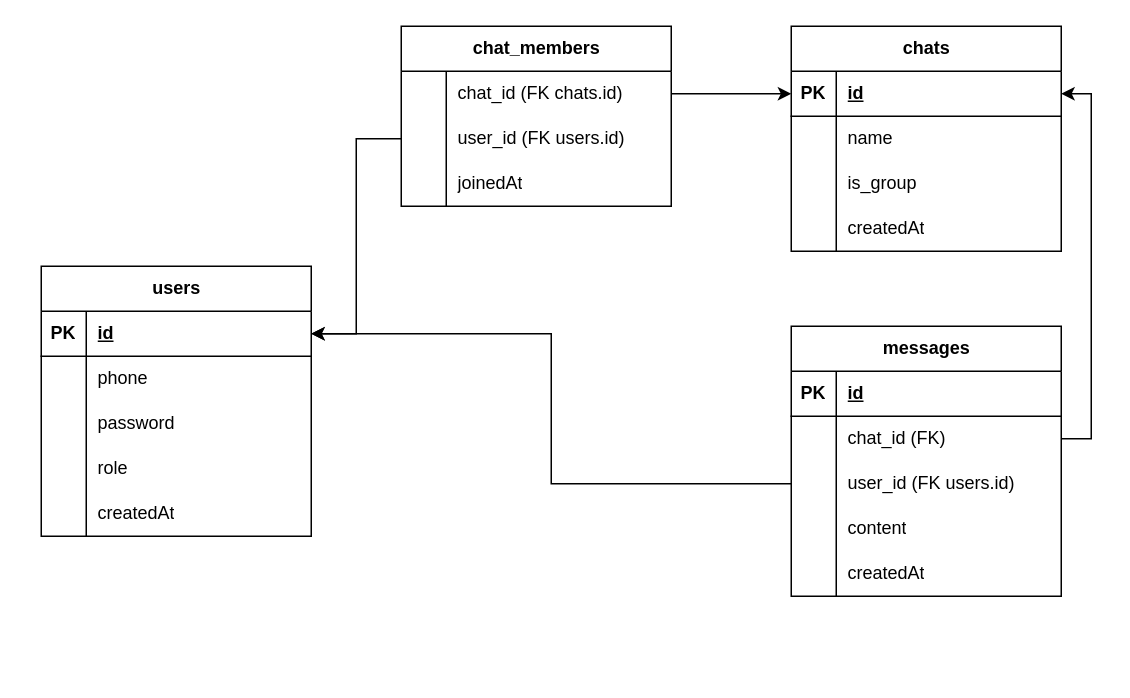
This is diagram.drawio from prok05/centriym-client, a draw.io file, before an edit. Source tidied: cells renumbered, new cells numbered last; positions are measured from the earlier drawing's top-left corner, leaving out a move shared by most shapes. Both pictures are drawn from the tidied source at 150%, with x=0, y=0 at pixel (40, 26).
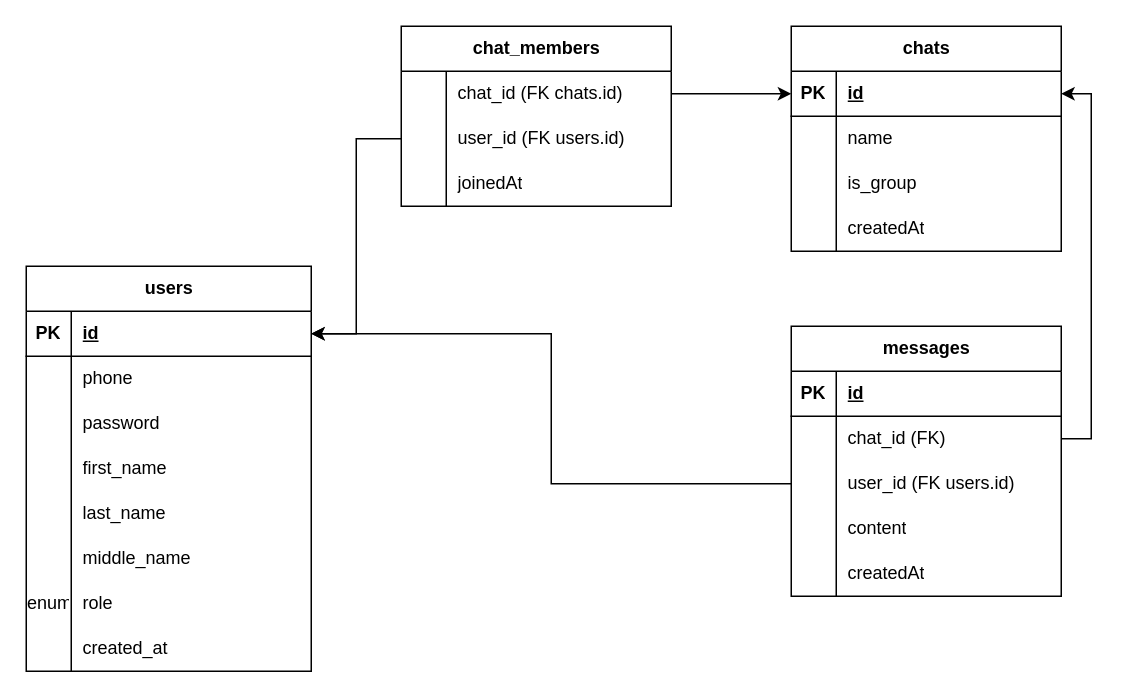
Above is the later version.

Change to the diagram source:
```diff
@@
     <mxCell id="2" value="users" style="shape=table;startSize=30;childLayout=tableLayout;rowLines=0;fontStyle=1;align=center;html=1;" parent="1" vertex="1">
-      <mxGeometry y="160" width="180" height="180" as="geometry" />
+      <mxGeometry x="-10" y="160" width="190" height="270" as="geometry" />
     </mxCell>
     <mxCell id="3" style="shape=tableRow;horizontal=0;startSize=0;swimlaneHead=0;swimlaneBody=0;fillColor=none;points=[[0,0.5],[1,0.5]];portConstraint=eastwest;top=0;left=0;right=0;bottom=1;" parent="2" vertex="1">
-      <mxGeometry y="30" width="180" height="30" as="geometry" />
+      <mxGeometry y="30" width="190" height="30" as="geometry" />
     </mxCell>
@@
     <mxCell id="5" value="id" style="shape=partialRectangle;fillColor=none;top=0;left=0;bottom=0;right=0;align=left;spacingLeft=6;fontStyle=5;overflow=hidden;whiteSpace=wrap;html=1;" parent="3" vertex="1">
-      <mxGeometry x="30" width="150" height="30" as="geometry" />
+      <mxGeometry x="30" width="160" height="30" as="geometry" />
     </mxCell>
     <mxCell id="6" style="shape=tableRow;horizontal=0;startSize=0;swimlaneHead=0;swimlaneBody=0;fillColor=none;top=0;left=0;right=0;bottom=0;" parent="2" vertex="1">
-      <mxGeometry y="60" width="180" height="30" as="geometry" />
+      <mxGeometry y="60" width="190" height="30" as="geometry" />
     </mxCell>
@@
     <mxCell id="8" value="phone" style="shape=partialRectangle;fillColor=none;top=0;left=0;bottom=0;right=0;align=left;spacingLeft=6;overflow=hidden;whiteSpace=wrap;html=1;" parent="6" vertex="1">
-      <mxGeometry x="30" width="150" height="30" as="geometry" />
+      <mxGeometry x="30" width="160" height="30" as="geometry" />
     </mxCell>
     <mxCell id="9" style="shape=tableRow;horizontal=0;startSize=0;swimlaneHead=0;swimlaneBody=0;fillColor=none;top=0;left=0;right=0;bottom=0;" parent="2" vertex="1">
-      <mxGeometry y="90" width="180" height="30" as="geometry" />
+      <mxGeometry y="90" width="190" height="30" as="geometry" />
     </mxCell>
@@
     <mxCell id="11" value="password" style="shape=partialRectangle;fillColor=none;top=0;left=0;bottom=0;right=0;align=left;spacingLeft=6;overflow=hidden;whiteSpace=wrap;html=1;" parent="9" vertex="1">
-      <mxGeometry x="30" width="150" height="30" as="geometry" />
+      <mxGeometry x="30" width="160" height="30" as="geometry" />
     </mxCell>
+    <mxCell id="61" style="shape=tableRow;horizontal=0;startSize=0;swimlaneHead=0;swimlaneBody=0;fillColor=none;top=0;left=0;right=0;bottom=0;" parent="2" vertex="1">
+      <mxGeometry y="120" width="190" height="30" as="geometry" />
+    </mxCell>
+    <mxCell id="62" style="shape=partialRectangle;fillColor=none;top=0;left=0;bottom=0;right=0;overflow=hidden;whiteSpace=wrap;html=1;" parent="61" vertex="1">
+      <mxGeometry width="30" height="30" as="geometry" />
+    </mxCell>
+    <mxCell id="63" value="first_name" style="shape=partialRectangle;fillColor=none;top=0;left=0;bottom=0;right=0;align=left;spacingLeft=6;overflow=hidden;whiteSpace=wrap;html=1;" parent="61" vertex="1">
+      <mxGeometry x="30" width="160" height="30" as="geometry" />
+    </mxCell>
+    <mxCell id="64" style="shape=tableRow;horizontal=0;startSize=0;swimlaneHead=0;swimlaneBody=0;fillColor=none;top=0;left=0;right=0;bottom=0;" parent="2" vertex="1">
+      <mxGeometry y="150" width="190" height="30" as="geometry" />
+    </mxCell>
+    <mxCell id="65" style="shape=partialRectangle;fillColor=none;top=0;left=0;bottom=0;right=0;overflow=hidden;whiteSpace=wrap;html=1;" parent="64" vertex="1">
+      <mxGeometry width="30" height="30" as="geometry" />
+    </mxCell>
+    <mxCell id="66" value="last_name" style="shape=partialRectangle;fillColor=none;top=0;left=0;bottom=0;right=0;align=left;spacingLeft=6;overflow=hidden;whiteSpace=wrap;html=1;" parent="64" vertex="1">
+      <mxGeometry x="30" width="160" height="30" as="geometry" />
+    </mxCell>
+    <mxCell id="67" style="shape=tableRow;horizontal=0;startSize=0;swimlaneHead=0;swimlaneBody=0;fillColor=none;top=0;left=0;right=0;bottom=0;" parent="2" vertex="1">
+      <mxGeometry y="180" width="190" height="30" as="geometry" />
+    </mxCell>
+    <mxCell id="68" style="shape=partialRectangle;fillColor=none;top=0;left=0;bottom=0;right=0;overflow=hidden;whiteSpace=wrap;html=1;" parent="67" vertex="1">
+      <mxGeometry width="30" height="30" as="geometry" />
+    </mxCell>
+    <mxCell id="69" value="middle_name" style="shape=partialRectangle;fillColor=none;top=0;left=0;bottom=0;right=0;align=left;spacingLeft=6;overflow=hidden;whiteSpace=wrap;html=1;" parent="67" vertex="1">
+      <mxGeometry x="30" width="160" height="30" as="geometry" />
+    </mxCell>
     <mxCell id="12" style="shape=tableRow;horizontal=0;startSize=0;swimlaneHead=0;swimlaneBody=0;fillColor=none;top=0;left=0;right=0;bottom=0;" parent="2" vertex="1">
-      <mxGeometry y="120" width="180" height="30" as="geometry" />
+      <mxGeometry y="210" width="190" height="30" as="geometry" />
     </mxCell>
-    <mxCell id="13" style="shape=partialRectangle;fillColor=none;top=0;left=0;bottom=0;right=0;overflow=hidden;whiteSpace=wrap;html=1;" parent="12" vertex="1">
+    <mxCell id="13" value="enum" style="shape=partialRectangle;fillColor=none;top=0;left=0;bottom=0;right=0;overflow=hidden;whiteSpace=wrap;html=1;" parent="12" vertex="1">
       <mxGeometry width="30" height="30" as="geometry" />
     </mxCell>
     <mxCell id="14" value="role" style="shape=partialRectangle;fillColor=none;top=0;left=0;bottom=0;right=0;align=left;spacingLeft=6;overflow=hidden;whiteSpace=wrap;html=1;" parent="12" vertex="1">
-      <mxGeometry x="30" width="150" height="30" as="geometry" />
+      <mxGeometry x="30" width="160" height="30" as="geometry" />
     </mxCell>
     <mxCell id="15" style="shape=tableRow;horizontal=0;startSize=0;swimlaneHead=0;swimlaneBody=0;fillColor=none;top=0;left=0;right=0;bottom=0;" parent="2" vertex="1">
-      <mxGeometry y="150" width="180" height="30" as="geometry" />
+      <mxGeometry y="240" width="190" height="30" as="geometry" />
     </mxCell>
@@
-    <mxCell id="17" value="createdAt" style="shape=partialRectangle;fillColor=none;top=0;left=0;bottom=0;right=0;align=left;spacingLeft=6;overflow=hidden;whiteSpace=wrap;html=1;" parent="15" vertex="1">
-      <mxGeometry x="30" width="150" height="30" as="geometry" />
+    <mxCell id="17" value="created_at" style="shape=partialRectangle;fillColor=none;top=0;left=0;bottom=0;right=0;align=left;spacingLeft=6;overflow=hidden;whiteSpace=wrap;html=1;" parent="15" vertex="1">
+      <mxGeometry x="30" width="160" height="30" as="geometry" />
     </mxCell>
```
